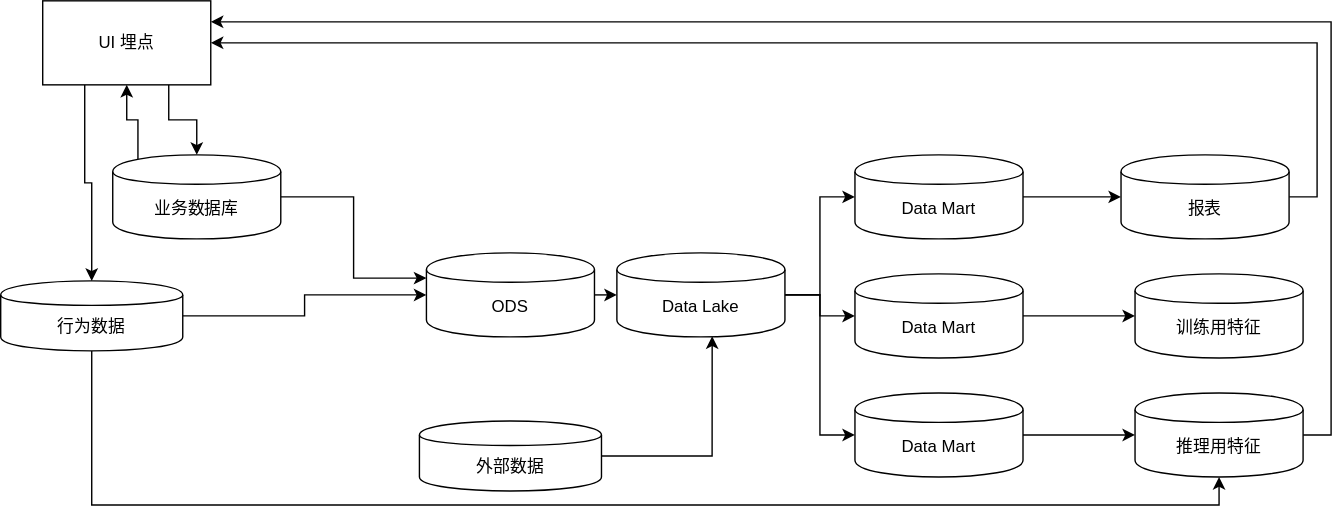
Before: README/data-pipeline.drawio.svg, a diagram exported from draw.io (mulcloud/state-management-demo). Source tidied: cells renumbered, new cells last; positions are measured from the earlier drawing's top-left corner, leaving out a move shared by most shapes.
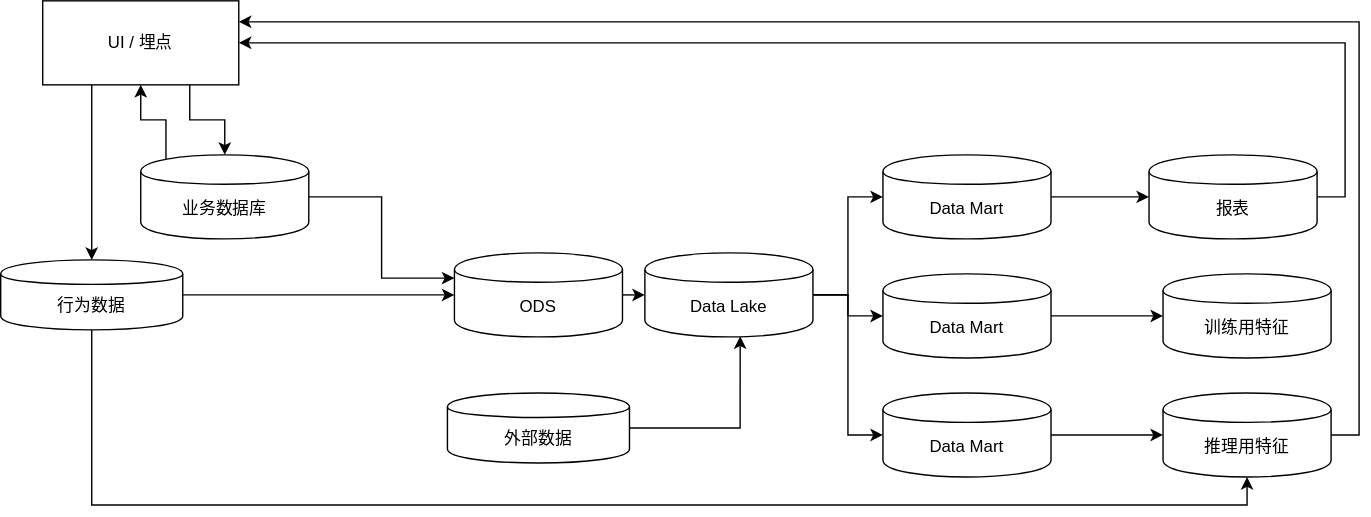
Above is the later version.

Diff of the diagram source:
```diff
@@ -18,7 +18,7 @@
       <mxGeometry relative="1" as="geometry" />
     </mxCell>
     <mxCell id="7" value="行为数据" style="shape=cylinder;whiteSpace=wrap;html=1;boundedLbl=1;backgroundOutline=1;" parent="1" vertex="1">
-      <mxGeometry y="200" width="130" height="50" as="geometry" />
+      <mxGeometry x="-20" y="185" width="130" height="50" as="geometry" />
     </mxCell>
     <mxCell id="8" style="edgeStyle=orthogonalEdgeStyle;rounded=0;jettySize=auto;html=1;exitX=0.75;exitY=1;exitDx=0;exitDy=0;entryX=0.5;entryY=0;entryDx=0;entryDy=0;" parent="1" edge="1" source="10" target="4">
       <mxGeometry relative="1" as="geometry" />
@@ -26,8 +26,8 @@
     <mxCell id="9" style="edgeStyle=orthogonalEdgeStyle;rounded=0;jettySize=auto;html=1;exitX=0.25;exitY=1;exitDx=0;exitDy=0;" parent="1" edge="1" source="10" target="7">
       <mxGeometry relative="1" as="geometry" />
     </mxCell>
-    <mxCell id="10" value="UI 埋点" style="rounded=0;whiteSpace=wrap;html=1;" parent="1" vertex="1">
-      <mxGeometry x="30" width="120" height="60" as="geometry" />
+    <mxCell id="10" value="UI / 埋点" style="rounded=0;whiteSpace=wrap;html=1;" parent="1" vertex="1">
+      <mxGeometry x="10" width="140" height="60" as="geometry" />
     </mxCell>
     <mxCell id="11" style="edgeStyle=orthogonalEdgeStyle;rounded=0;jettySize=auto;html=1;exitX=1;exitY=0.5;exitDx=0;exitDy=0;entryX=0;entryY=0.5;entryDx=0;entryDy=0;" parent="1" edge="1" source="12" target="18">
       <mxGeometry relative="1" as="geometry" />
@@ -39,7 +39,7 @@
       <mxGeometry relative="1" as="geometry" />
     </mxCell>
     <mxCell id="14" value="外部数据" style="shape=cylinder;whiteSpace=wrap;html=1;boundedLbl=1;backgroundOutline=1;" parent="1" vertex="1">
-      <mxGeometry x="299" y="300" width="130" height="50" as="geometry" />
+      <mxGeometry x="299" y="280" width="130" height="50" as="geometry" />
     </mxCell>
     <mxCell id="15" style="edgeStyle=orthogonalEdgeStyle;rounded=0;jettySize=auto;html=1;exitX=1;exitY=0.5;exitDx=0;exitDy=0;entryX=0;entryY=0.5;entryDx=0;entryDy=0;" parent="1" edge="1" source="18" target="20">
       <mxGeometry relative="1" as="geometry" />
```
